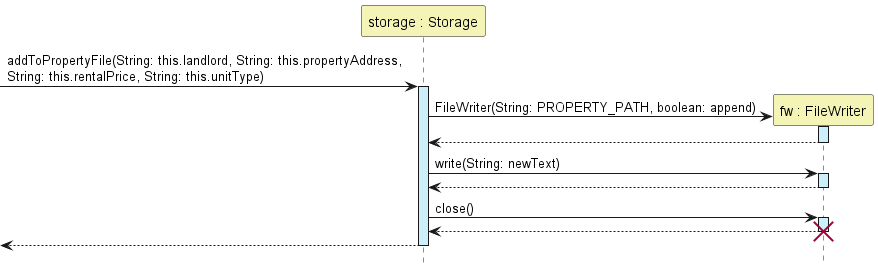
The PlantUML diagram docs/diagrams/StorageAddPropertySequenceDiagram.png in nus-cs2113-AY2223S1/tp, before a commit.
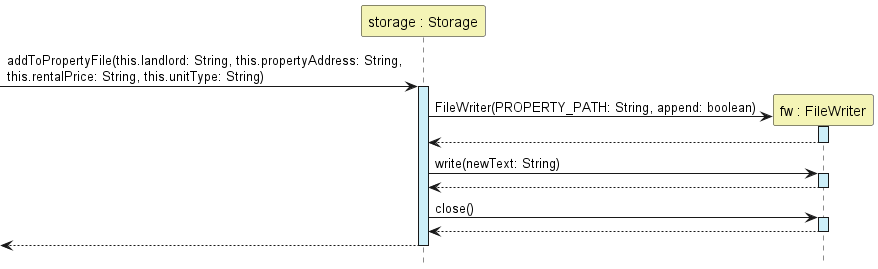
Above is the later version.

What changed in the source:
```diff
@@ -6,22 +6,21 @@
 Participant "fw : FileWriter" as FileWriter #F4F4B6
 
 
-->Storage:addToPropertyFile(String: this.landlord, String: this.propertyAddress, \nString: this.rentalPrice, String: this.unitType)
+->Storage:addToPropertyFile(this.landlord: String, this.propertyAddress: String, \nthis.rentalPrice: String, this.unitType: String)
 activate Storage #CDEFF9
 
 create FileWriter
-Storage -> FileWriter:FileWriter(String: PROPERTY_PATH, boolean: append)
+Storage -> FileWriter:FileWriter(PROPERTY_PATH: String, append: boolean)
 activate FileWriter #CDEFF9
 return
 
-Storage -> FileWriter:write(String: newText)
+Storage -> FileWriter:write(newText: String)
 activate FileWriter #CDEFF9
 return
 
 Storage -> FileWriter:close()
 activate FileWriter #CDEFF9
 return
-destroy FileWriter
 
 return
 
```
